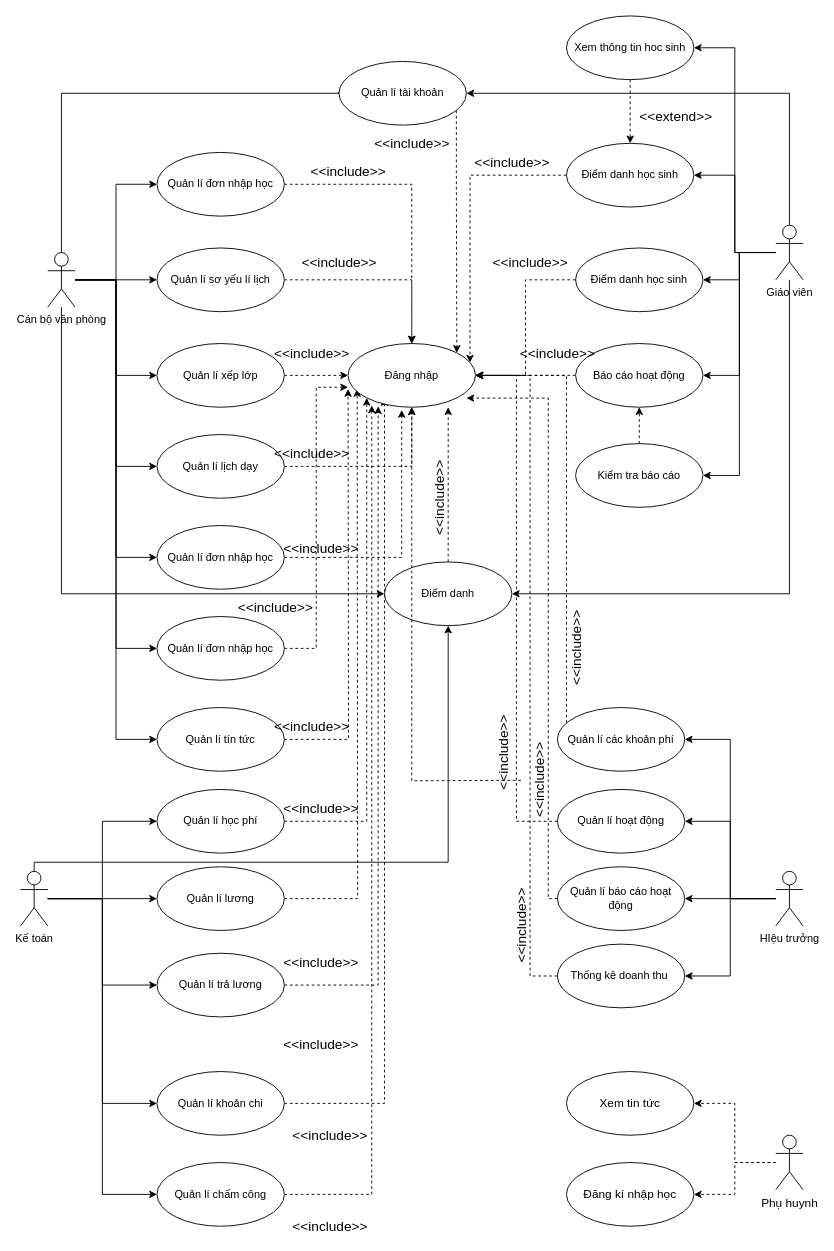
The draw.io diagram page "Page-1" (1 of 2) of doc/usecase/mamnonusecase.drawio in tuankiet64-cntt/quanlitruongmamnon, before the edit. Source tidied: cells renumbered, new cells numbered last; positions are measured from the earlier drawing's top-left corner, leaving out a move shared by most shapes. Both pictures are drawn from the tidied source at 91%, with x=0, y=0 at pixel (20, 15).
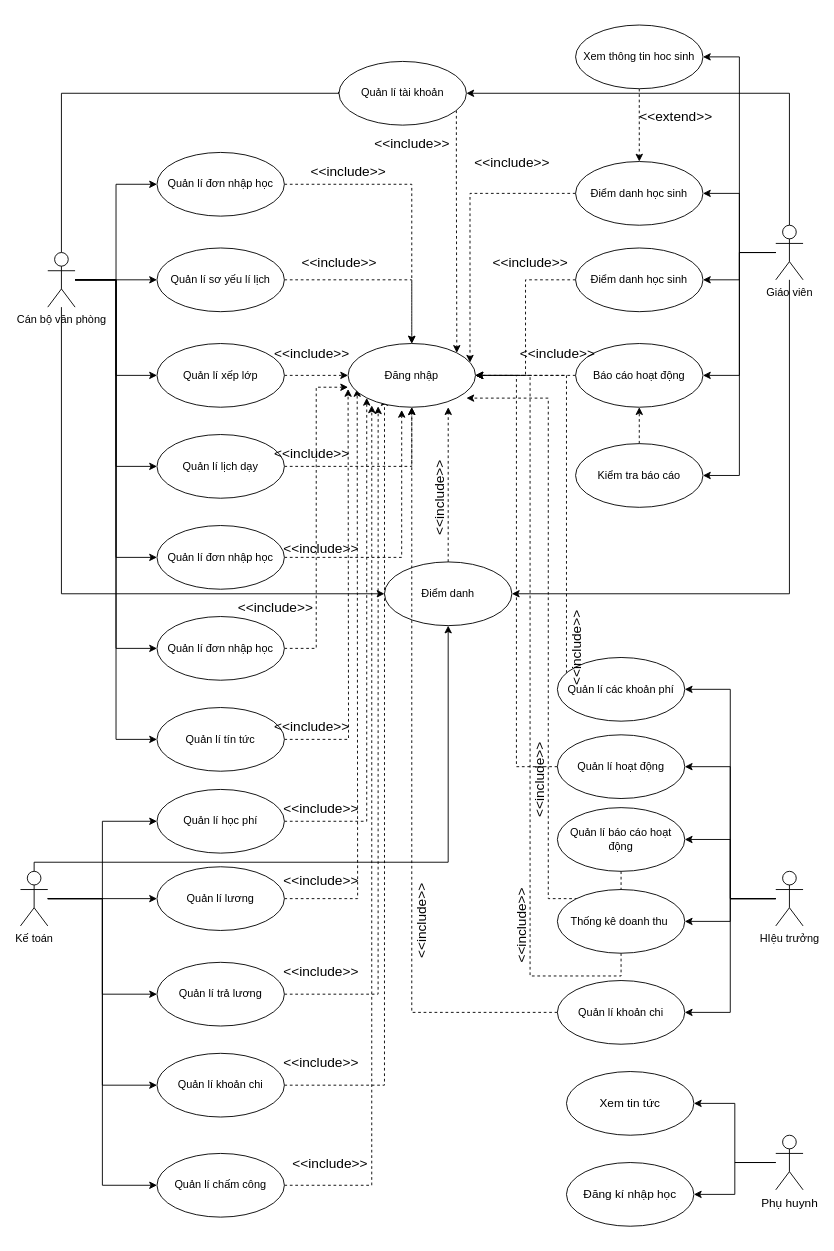
After the change.

The change refers to these unchanged cells:
```xml
<mxCell id="66" value="Đăng nhập" style="ellipse;whiteSpace=wrap;html=1;" parent="1" vertex="1">
  <mxGeometry x="360" y="360" width="140" height="70" as="geometry" />
</mxCell>
<mxCell id="86" value="Phụ huynh" style="shape=umlActor;verticalLabelPosition=bottom;verticalAlign=top;html=1;fontSize=13;" parent="1" vertex="1">
  <mxGeometry x="830" y="1230" width="30" height="60" as="geometry" />
</mxCell>
<mxCell id="87" value="Xem tin tức" style="ellipse;whiteSpace=wrap;html=1;fontSize=13;" parent="1" vertex="1">
  <mxGeometry x="600" y="1160" width="140" height="70" as="geometry" />
</mxCell>
<mxCell id="88" value="Đăng kí nhập học" style="ellipse;whiteSpace=wrap;html=1;fontSize=13;" parent="1" vertex="1">
  <mxGeometry x="600" y="1260" width="140" height="70" as="geometry" />
</mxCell>
<mxCell id="93" value="HIệu trưởng" style="shape=umlActor;verticalLabelPosition=bottom;verticalAlign=top;html=1;outlineConnect=0;" parent="1" vertex="1">
  <mxGeometry x="830" y="940" width="30" height="60" as="geometry" />
</mxCell>
```

Change to the diagram source:
```diff
@@
     <mxCell id="38" value="Quản lí trả lương" style="ellipse;whiteSpace=wrap;html=1;" parent="1" vertex="1">
-      <mxGeometry x="150" y="1030" width="140" height="70" as="geometry" />
+      <mxGeometry x="150" y="1040" width="140" height="70" as="geometry" />
     </mxCell>
@@
     <mxCell id="40" value="Quản lí khoản chi" style="ellipse;whiteSpace=wrap;html=1;" parent="1" vertex="1">
-      <mxGeometry x="150" y="1160" width="140" height="70" as="geometry" />
+      <mxGeometry x="150" y="1140" width="140" height="70" as="geometry" />
     </mxCell>
@@
     <mxCell id="42" value="Quản lí chấm công" style="ellipse;whiteSpace=wrap;html=1;" parent="1" vertex="1">
-      <mxGeometry x="150" y="1260" width="140" height="70" as="geometry" />
+      <mxGeometry x="150" y="1250" width="140" height="70" as="geometry" />
     </mxCell>
@@
     <mxCell id="56" value="Điểm danh học sinh" style="ellipse;whiteSpace=wrap;html=1;" parent="1" vertex="1">
-      <mxGeometry x="600" y="140" width="140" height="70" as="geometry" />
+      <mxGeometry x="610" y="160" width="140" height="70" as="geometry" />
     </mxCell>
@@
     <mxCell id="62" value="Xem thông tin hoc sinh" style="ellipse;whiteSpace=wrap;html=1;" parent="1" vertex="1">
-      <mxGeometry x="600" width="140" height="70" as="geometry" />
+      <mxGeometry x="610" y="10" width="140" height="70" as="geometry" />
     </mxCell>
@@
     <mxCell id="78" value="&amp;lt;&amp;lt;include&amp;gt;&amp;gt;" style="text;html=1;align=center;verticalAlign=middle;fontSize=15;" parent="1" vertex="1">
-      <mxGeometry x="280" y="1030" width="100" height="20" as="geometry" />
+      <mxGeometry x="280" y="1040" width="100" height="20" as="geometry" />
     </mxCell>
     <mxCell id="79" value="&amp;lt;&amp;lt;include&amp;gt;&amp;gt;" style="text;html=1;align=center;verticalAlign=middle;fontSize=15;" parent="1" vertex="1">
-      <mxGeometry x="280" y="1120" width="100" height="20" as="geometry" />
+      <mxGeometry x="280" y="1140" width="100" height="20" as="geometry" />
     </mxCell>
     <mxCell id="80" value="&amp;lt;&amp;lt;include&amp;gt;&amp;gt;" style="text;html=1;align=center;verticalAlign=middle;fontSize=15;" parent="1" vertex="1">
-      <mxGeometry x="290" y="1220" width="100" height="20" as="geometry" />
+      <mxGeometry x="290" y="1250" width="100" height="20" as="geometry" />
     </mxCell>
-    <mxCell id="81" value="&amp;lt;&amp;lt;include&amp;gt;&amp;gt;" style="text;html=1;align=center;verticalAlign=middle;fontSize=15;" parent="1" vertex="1">
-      <mxGeometry x="290" y="1320" width="100" height="20" as="geometry" />
-    </mxCell>
@@
-    <mxCell id="84" style="edgeStyle=orthogonalEdgeStyle;rounded=0;jettySize=auto;html=1;entryX=1;entryY=0.5;entryDx=0;entryDy=0;dashed=1;fontSize=13;" parent="1" edge="1" source="86" target="87">
+    <mxCell id="84" style="edgeStyle=orthogonalEdgeStyle;rounded=0;jettySize=auto;html=1;entryX=1;entryY=0.5;entryDx=0;entryDy=0;fontSize=13;" parent="1" edge="1" source="86" target="87">
       <mxGeometry relative="1" as="geometry" />
     </mxCell>
-    <mxCell id="85" style="edgeStyle=orthogonalEdgeStyle;rounded=0;jettySize=auto;html=1;entryX=1;entryY=0.5;entryDx=0;entryDy=0;dashed=1;fontSize=13;" parent="1" edge="1" source="86" target="88">
+    <mxCell id="85" style="edgeStyle=orthogonalEdgeStyle;rounded=0;jettySize=auto;html=1;entryX=1;entryY=0.5;entryDx=0;entryDy=0;fontSize=13;" parent="1" edge="1" source="86" target="88">
       <mxGeometry relative="1" as="geometry" />
     </mxCell>
@@
+    <mxCell id="107" style="edgeStyle=orthogonalEdgeStyle;rounded=0;jettySize=auto;html=1;entryX=1;entryY=0.5;entryDx=0;entryDy=0;" parent="1" edge="1" source="93" target="108">
+      <mxGeometry relative="1" as="geometry" />
+    </mxCell>
@@
     <mxCell id="95" value="Quản lí hoạt động" style="ellipse;whiteSpace=wrap;html=1;" parent="1" vertex="1">
-      <mxGeometry x="590" y="850" width="140" height="70" as="geometry" />
+      <mxGeometry x="590" y="790" width="140" height="70" as="geometry" />
     </mxCell>
@@
     <mxCell id="97" value="Quản lí báo cáo hoạt động" style="ellipse;whiteSpace=wrap;html=1;" parent="1" vertex="1">
-      <mxGeometry x="590" y="935" width="140" height="70" as="geometry" />
+      <mxGeometry x="590" y="870" width="140" height="70" as="geometry" />
     </mxCell>
-    <mxCell id="98" style="edgeStyle=orthogonalEdgeStyle;rounded=0;jettySize=auto;html=1;fontSize=13;dashed=1;" parent="1" edge="1" target="66">
-      <mxGeometry relative="1" as="geometry">
-        <mxPoint x="550" y="840" as="sourcePoint" />
-      </mxGeometry>
+    <mxCell id="98" style="edgeStyle=orthogonalEdgeStyle;rounded=0;jettySize=auto;html=1;fontSize=13;dashed=1;exitX=0;exitY=0.5;exitDx=0;exitDy=0;" parent="1" edge="1" source="108" target="66">
+      <mxGeometry relative="1" as="geometry" />
     </mxCell>
@@
     <mxCell id="100" value="Thống kê doanh thu&amp;nbsp;" style="ellipse;whiteSpace=wrap;html=1;" parent="1" vertex="1">
-      <mxGeometry x="590" y="1020" width="140" height="70" as="geometry" />
+      <mxGeometry x="590" y="960" width="140" height="70" as="geometry" />
     </mxCell>
@@
     <mxCell id="102" value="&amp;lt;&amp;lt;include&amp;gt;&amp;gt;" style="text;html=1;align=center;verticalAlign=middle;fontSize=15;rotation=270;" parent="1" vertex="1">
-      <mxGeometry x="480" y="800" width="100" height="20" as="geometry" />
+      <mxGeometry x="390" y="985" width="100" height="20" as="geometry" />
     </mxCell>
@@
     <mxCell id="104" value="Quản lí các khoản phí" style="ellipse;whiteSpace=wrap;html=1;" parent="1" vertex="1">
-      <mxGeometry x="590" y="760" width="140" height="70" as="geometry" />
+      <mxGeometry x="590" y="705" width="140" height="70" as="geometry" />
     </mxCell>
@@
+    <mxCell id="108" value="Quản lí khoản chi" style="ellipse;whiteSpace=wrap;html=1;" parent="1" vertex="1">
+      <mxGeometry x="590" y="1060" width="140" height="70" as="geometry" />
+    </mxCell>
+    <mxCell id="81" value="&amp;lt;&amp;lt;include&amp;gt;&amp;gt;" style="text;html=1;align=center;verticalAlign=middle;fontSize=15;" parent="1" vertex="1">
+      <mxGeometry x="280" y="940" width="100" height="20" as="geometry" />
+    </mxCell>
```
